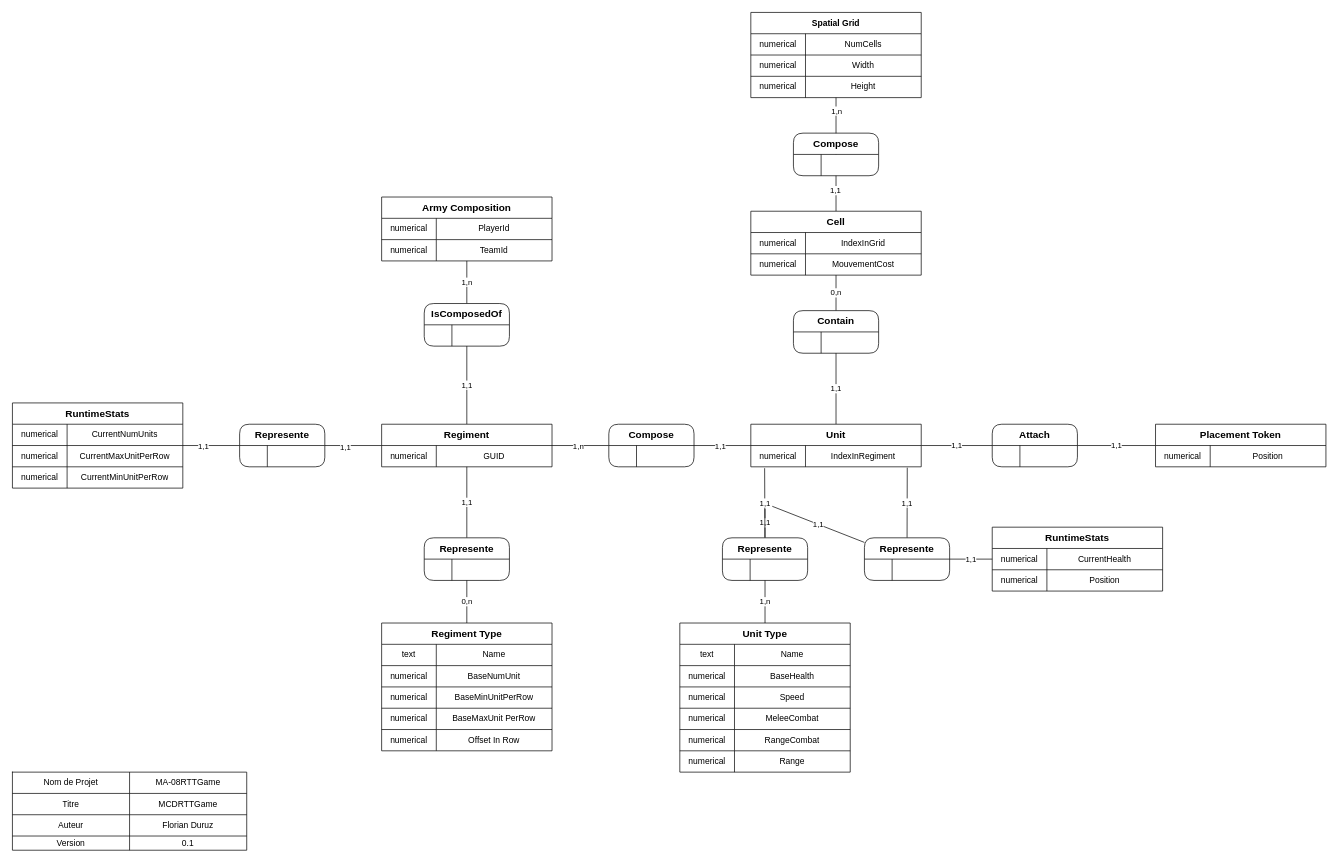
This is MCD_RTT_GAME.drawio from Cat-du-Fromage/MA-08-Model-RTTGame, a draw.io file, before an edit. Source tidied: cells renumbered, new cells numbered last; positions are measured from the earlier drawing's top-left corner, leaving out a move shared by most shapes. Both pictures are drawn from the tidied source at 71%, with x=0, y=0 at pixel (12, 12).
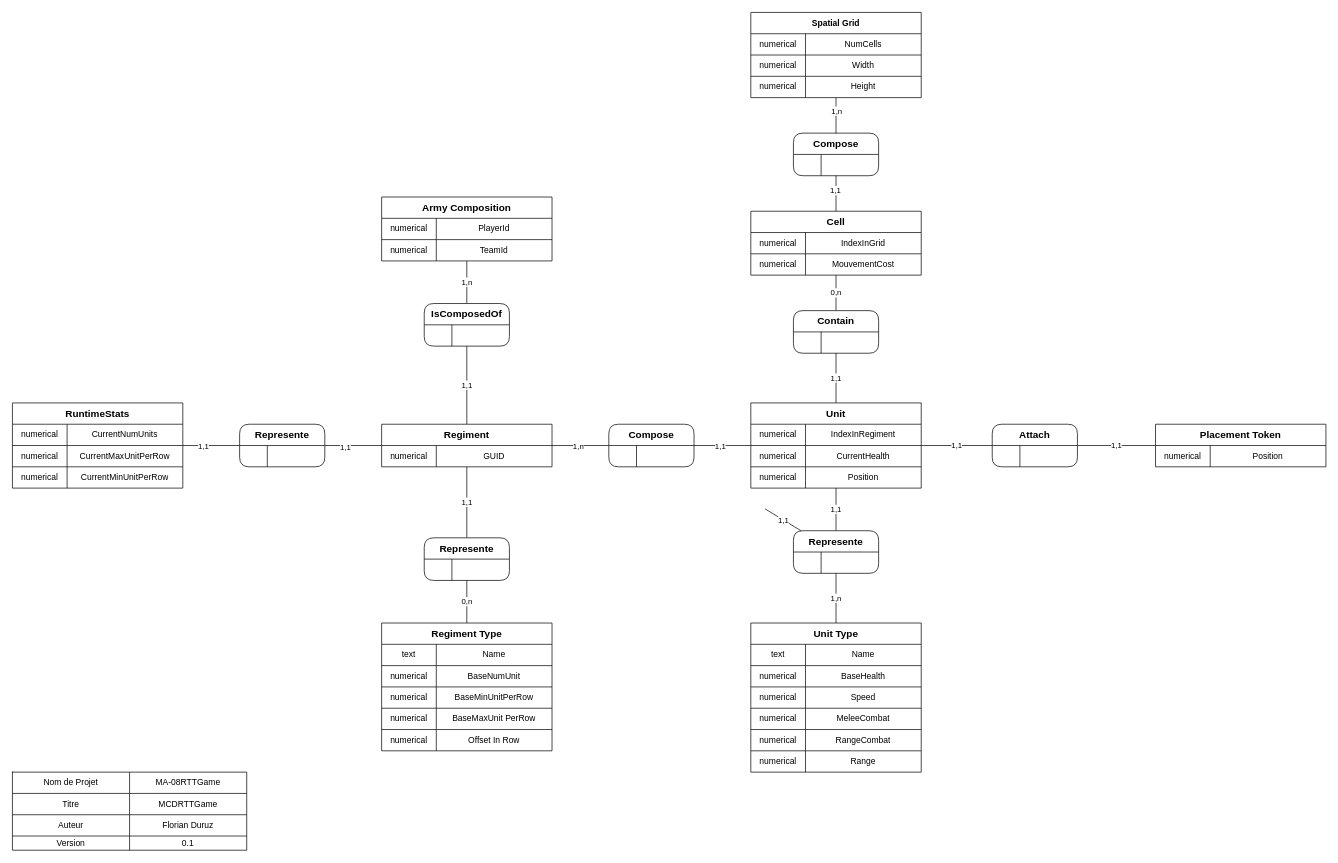
The same page after the edit.

Commit message (it also covers changes not shown here):
update need add player table

Unchanged cells that the change refers to:
```xml
<mxCell id="58" style="shape=partialRectangle;html=1;whiteSpace=wrap;fillColor=none;top=0;left=0;bottom=0;right=0;points=[[0,0.5],[1,0.5]];portConstraint=eastwest;" parent="57" vertex="1">
  <mxGeometry y="30" width="240" height="30" as="geometry" />
</mxCell>
```

The edit, as a diff of the source:
```diff
@@
     <mxCell id="57" value="&lt;b&gt;&lt;font style=&quot;font-size: 14px&quot;&gt;Unit&lt;/font&gt;&lt;/b&gt;" style="shape=table;html=1;whiteSpace=wrap;startSize=30;childLayout=tableLayout;" parent="1" vertex="1">
-      <mxGeometry x="1040" y="580" width="240" height="60" as="geometry" />
+      <mxGeometry x="1040" y="550" width="240" height="120" as="geometry" />
     </mxCell>
@@
+    <mxCell id="139" style="shape=partialRectangle;html=1;whiteSpace=wrap;fillColor=none;top=0;left=0;bottom=0;right=0;" parent="57" vertex="1">
+      <mxGeometry y="60" width="240" height="30" as="geometry" />
+    </mxCell>
+    <mxCell id="167" value="numerical" style="shape=partialRectangle;html=1;whiteSpace=wrap;fillColor=none;top=0;left=0;bottom=0;right=0;overflow=hidden;" parent="139" vertex="1">
+      <mxGeometry width="77" height="30" as="geometry" />
+    </mxCell>
+    <mxCell id="138" value="CurrentHealth" style="shape=partialRectangle;html=1;whiteSpace=wrap;fillColor=none;top=0;left=0;bottom=0;right=0;overflow=hidden;" parent="139" vertex="1">
+      <mxGeometry x="77" width="163" height="30" as="geometry" />
+    </mxCell>
+    <mxCell id="168" style="shape=partialRectangle;html=1;whiteSpace=wrap;fillColor=none;top=0;left=0;bottom=0;right=0;" parent="57" vertex="1">
+      <mxGeometry y="90" width="240" height="30" as="geometry" />
+    </mxCell>
+    <mxCell id="169" value="numerical" style="shape=partialRectangle;html=1;whiteSpace=wrap;fillColor=none;top=0;left=0;bottom=0;right=0;overflow=hidden;" parent="168" vertex="1">
+      <mxGeometry width="77" height="30" as="geometry" />
+    </mxCell>
+    <mxCell id="141" value="Position" style="shape=partialRectangle;html=1;whiteSpace=wrap;fillColor=none;top=0;left=0;bottom=0;right=0;overflow=hidden;" parent="168" vertex="1">
+      <mxGeometry x="77" width="163" height="30" as="geometry" />
+    </mxCell>
@@
     <mxCell id="72" value="&lt;font style=&quot;font-size: 14px&quot;&gt;&lt;b&gt;Unit Type&lt;/b&gt;&lt;/font&gt;" style="shape=table;html=1;whiteSpace=wrap;startSize=30;childLayout=tableLayout;" parent="1" vertex="1">
-      <mxGeometry x="940" y="860" width="240" height="210" as="geometry" />
+      <mxGeometry x="1040" y="860" width="240" height="210" as="geometry" />
     </mxCell>
@@
-    <mxCell id="91" value="1,1" style="edgeStyle=none;html=1;endArrow=none;endFill=0;entryX=0.081;entryY=1.064;entryDx=0;entryDy=0;entryPerimeter=0;" parent="1" edge="1" source="92" target="58">
+    <mxCell id="91" value="1,1" style="edgeStyle=none;html=1;endArrow=none;endFill=0;" parent="1" edge="1" source="92" target="57">
       <mxGeometry relative="1" as="geometry" />
     </mxCell>
     <mxCell id="92" value="&lt;span style=&quot;font-size: 14px&quot;&gt;&lt;b&gt;Represente&lt;/b&gt;&lt;/span&gt;" style="shape=table;html=1;whiteSpace=wrap;startSize=30;childLayout=tableLayout;rounded=1;" parent="1" vertex="1">
-      <mxGeometry x="1000" y="740" width="120" height="60" as="geometry" />
+      <mxGeometry x="1100" y="730" width="120" height="60" as="geometry" />
     </mxCell>
@@
-    <mxCell id="135" value="&lt;font style=&quot;font-size: 14px&quot;&gt;&lt;b&gt;RuntimeStats&lt;/b&gt;&lt;/font&gt;" style="shape=table;html=1;whiteSpace=wrap;startSize=30;childLayout=tableLayout;" parent="1" vertex="1">
-      <mxGeometry x="1380" y="725" width="240" height="90" as="geometry" />
-    </mxCell>
-    <mxCell id="136" style="shape=partialRectangle;html=1;whiteSpace=wrap;fillColor=none;top=0;left=0;bottom=0;right=0;" parent="135" vertex="1">
-      <mxGeometry y="30" width="240" height="30" as="geometry" />
-    </mxCell>
-    <mxCell id="137" value="numerical" style="shape=partialRectangle;html=1;whiteSpace=wrap;fillColor=none;top=0;left=0;bottom=0;right=0;overflow=hidden;" parent="136" vertex="1">
-      <mxGeometry width="77" height="30" as="geometry" />
-    </mxCell>
-    <mxCell id="138" value="CurrentHealth" style="shape=partialRectangle;html=1;whiteSpace=wrap;fillColor=none;top=0;left=0;bottom=0;right=0;overflow=hidden;" parent="136" vertex="1">
-      <mxGeometry x="77" width="163" height="30" as="geometry" />
-    </mxCell>
-    <mxCell id="139" style="shape=partialRectangle;html=1;whiteSpace=wrap;fillColor=none;top=0;left=0;bottom=0;right=0;" parent="135" vertex="1">
-      <mxGeometry y="60" width="240" height="30" as="geometry" />
-    </mxCell>
-    <mxCell id="140" value="numerical" style="shape=partialRectangle;html=1;whiteSpace=wrap;fillColor=none;top=0;left=0;bottom=0;right=0;overflow=hidden;" parent="139" vertex="1">
-      <mxGeometry width="77" height="30" as="geometry" />
-    </mxCell>
-    <mxCell id="141" value="Position" style="shape=partialRectangle;html=1;whiteSpace=wrap;fillColor=none;top=0;left=0;bottom=0;right=0;overflow=hidden;" parent="139" vertex="1">
-      <mxGeometry x="77" width="163" height="30" as="geometry" />
-    </mxCell>
-    <mxCell id="142" value="1,1" style="edgeStyle=none;html=1;endArrow=none;endFill=0;" parent="1" edge="1" source="144" target="135">
-      <mxGeometry relative="1" as="geometry" />
-    </mxCell>
-    <mxCell id="143" value="1,1" style="edgeStyle=none;html=1;endArrow=none;endFill=0;entryX=0.918;entryY=1.041;entryDx=0;entryDy=0;entryPerimeter=0;" parent="1" edge="1" source="144" target="58">
-      <mxGeometry relative="1" as="geometry" />
-    </mxCell>
-    <mxCell id="144" value="&lt;span style=&quot;font-size: 14px&quot;&gt;&lt;b&gt;Represente&lt;/b&gt;&lt;/span&gt;" style="shape=table;html=1;whiteSpace=wrap;startSize=30;childLayout=tableLayout;rounded=1;" parent="1" vertex="1">
-      <mxGeometry x="1200" y="740" width="120" height="60" as="geometry" />
-    </mxCell>
-    <mxCell id="145" style="shape=partialRectangle;html=1;whiteSpace=wrap;fillColor=none;top=0;left=0;bottom=0;right=0;" parent="144" vertex="1">
-      <mxGeometry y="30" width="120" height="30" as="geometry" />
-    </mxCell>
-    <mxCell id="146" style="shape=partialRectangle;html=1;whiteSpace=wrap;fillColor=none;top=0;left=0;bottom=0;right=0;overflow=hidden;" parent="145" vertex="1">
-      <mxGeometry width="39" height="30" as="geometry" />
-    </mxCell>
-    <mxCell id="147" style="shape=partialRectangle;html=1;whiteSpace=wrap;fillColor=none;top=0;left=0;bottom=0;right=0;overflow=hidden;" parent="145" vertex="1">
-      <mxGeometry x="39" width="81" height="30" as="geometry" />
-    </mxCell>
-    <mxCell id="148" value="1,1" style="endArrow=none;html=1;exitX=0.915;exitY=1.013;exitDx=0;exitDy=0;exitPerimeter=0;" parent="1" edge="1" target="144">
-      <mxGeometry relative="1" as="geometry">
-        <mxPoint x="1070.2" y="695.6" as="sourcePoint" />
-      </mxGeometry>
-    </mxCell>
```
